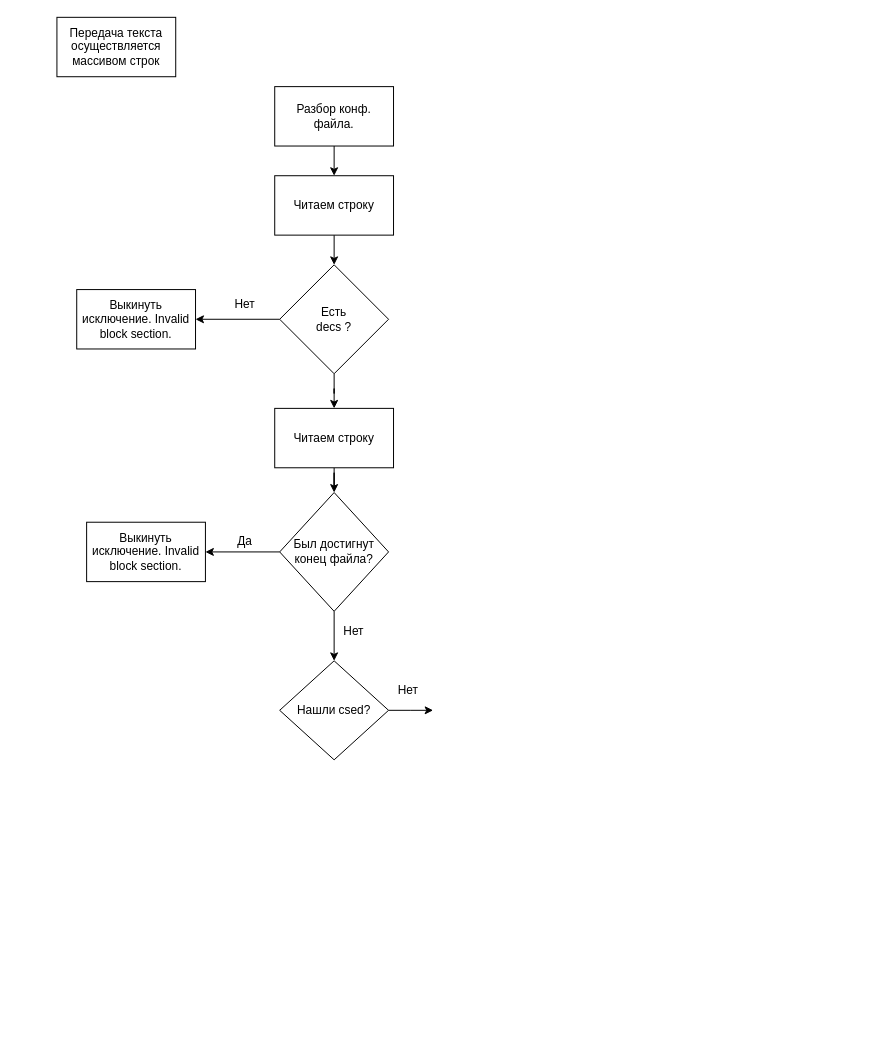
Earlier version of the draw.io diagram OOP/Untitled Diagram.drawio (Diif/NSU). Source tidied: cells renumbered, new cells numbered last; positions are measured from the earlier drawing's top-left corner, leaving out a move shared by most shapes. Both pictures are drawn from the tidied source at 99%, with x=0, y=0 at pixel (56, 17).
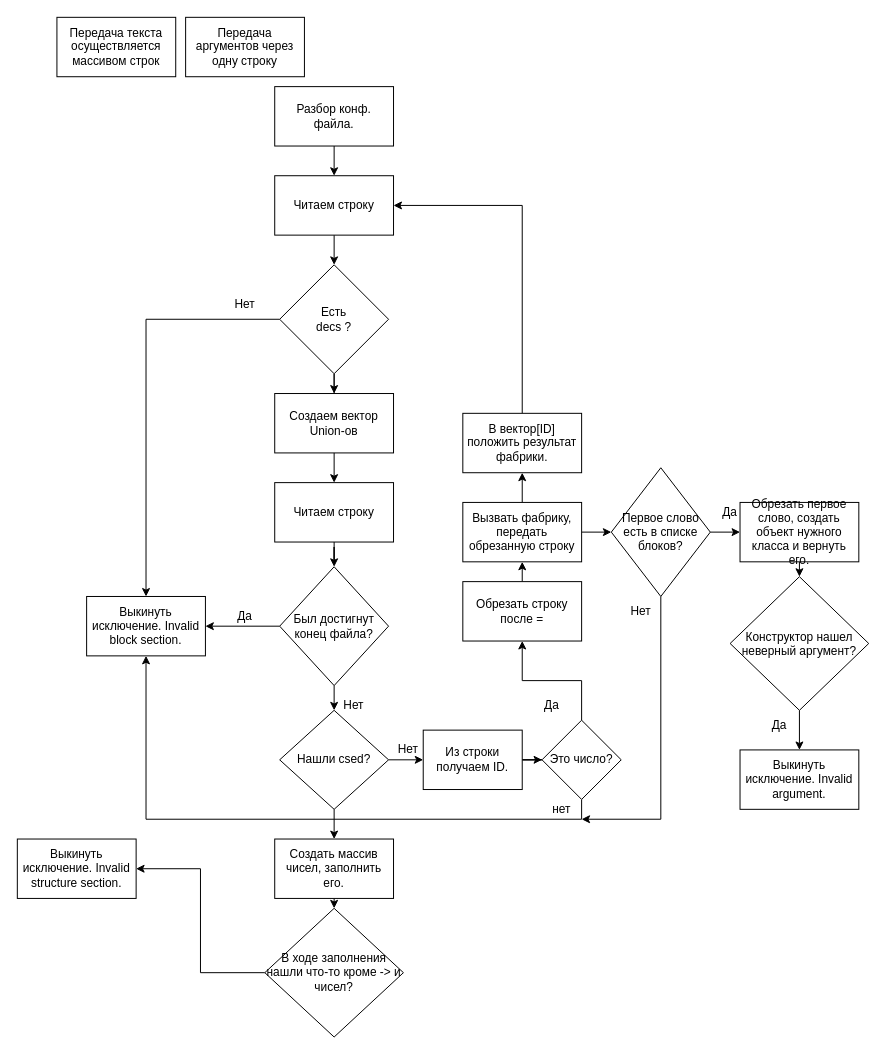
The same diagram, later.

Unchanged cells that the change refers to:
```xml
<mxCell id="6" value="&lt;div&gt;Есть&lt;/div&gt;&lt;div&gt;decs ?&lt;br&gt;&lt;/div&gt;" style="rhombus;whiteSpace=wrap;html=1;" parent="1" vertex="1">
  <mxGeometry x="225" y="250" width="110" height="110" as="geometry" />
</mxCell>
<mxCell id="13" value="Читаем строку" style="rounded=0;whiteSpace=wrap;html=1;" parent="1" vertex="1">
  <mxGeometry x="220" y="160" width="120" height="60" as="geometry" />
</mxCell>
```

Change to the diagram source:
```diff
@@
-    <mxCell id="4" style="edgeStyle=orthogonalEdgeStyle;rounded=0;jettySize=auto;html=1;exitX=0;exitY=0.5;exitDx=0;exitDy=0;entryX=1;entryY=0.5;entryDx=0;entryDy=0;" parent="1" edge="1" source="6" target="7">
+    <mxCell id="4" style="edgeStyle=orthogonalEdgeStyle;rounded=0;jettySize=auto;html=1;exitX=0;exitY=0.5;exitDx=0;exitDy=0;entryX=0.5;entryY=0;entryDx=0;entryDy=0;" parent="1" edge="1" source="6" target="16">
       <mxGeometry relative="1" as="geometry" />
     </mxCell>
@@
+    <mxCell id="23" style="edgeStyle=orthogonalEdgeStyle;rounded=0;jettySize=auto;html=1;exitX=0.5;exitY=1;exitDx=0;exitDy=0;entryX=0.5;entryY=0;entryDx=0;entryDy=0;" parent="1" edge="1" source="6" target="25">
+      <mxGeometry relative="1" as="geometry" />
+    </mxCell>
@@
-    <mxCell id="7" value="Выкинуть исключение. Invalid block section." style="rounded=0;whiteSpace=wrap;html=1;" parent="1" vertex="1">
-      <mxGeometry x="20" y="275" width="120" height="60" as="geometry" />
-    </mxCell>
@@
     <mxCell id="11" value="Был достигнут конец файла?" style="rhombus;whiteSpace=wrap;html=1;" parent="1" vertex="1">
-      <mxGeometry x="225" y="480" width="110" height="120" as="geometry" />
+      <mxGeometry x="225" y="555" width="110" height="120" as="geometry" />
     </mxCell>
@@
     <mxCell id="15" value="Читаем строку" style="rounded=0;whiteSpace=wrap;html=1;" parent="1" vertex="1">
-      <mxGeometry x="220" y="395" width="120" height="60" as="geometry" />
+      <mxGeometry x="220" y="470" width="120" height="60" as="geometry" />
     </mxCell>
     <mxCell id="16" value="Выкинуть исключение. Invalid block section." style="rounded=0;whiteSpace=wrap;html=1;" parent="1" vertex="1">
-      <mxGeometry x="30" y="510" width="120" height="60" as="geometry" />
+      <mxGeometry x="30" y="585" width="120" height="60" as="geometry" />
     </mxCell>
     <mxCell id="17" value="Да" style="text;html=1;strokeColor=none;fillColor=none;align=center;verticalAlign=middle;whiteSpace=wrap;rounded=0;" parent="1" vertex="1">
-      <mxGeometry x="170" y="520" width="40" height="20" as="geometry" />
+      <mxGeometry x="170" y="595" width="40" height="20" as="geometry" />
     </mxCell>
-    <mxCell id="18" style="endArrow=classic;html=1;exitX=0.5;exitY=1;exitDx=0;exitDy=0;entryX=0.5;entryY=0;entryDx=0;entryDy=0;" parent="1" edge="1" source="11">
-      <mxGeometry relative="1" as="geometry">
-        <mxPoint x="280" y="650" as="targetPoint" />
-      </mxGeometry>
+    <mxCell id="18" style="endArrow=classic;html=1;exitX=0.5;exitY=1;exitDx=0;exitDy=0;entryX=0.5;entryY=0;entryDx=0;entryDy=0;" parent="1" edge="1" source="11" target="21">
+      <mxGeometry relative="1" as="geometry" />
     </mxCell>
     <mxCell id="19" value="Нет" style="text;html=1;strokeColor=none;fillColor=none;align=center;verticalAlign=middle;whiteSpace=wrap;rounded=0;" parent="1" vertex="1">
-      <mxGeometry x="280" y="610" width="40" height="20" as="geometry" />
+      <mxGeometry x="280" y="685" width="40" height="20" as="geometry" />
     </mxCell>
-    <mxCell id="20" style="edgeStyle=orthogonalEdgeStyle;rounded=0;jettySize=auto;html=1;exitX=1;exitY=0.5;exitDx=0;exitDy=0;" parent="1" edge="1" source="21">
-      <mxGeometry relative="1" as="geometry">
-        <mxPoint x="380" y="700" as="targetPoint" />
-      </mxGeometry>
+    <mxCell id="20" style="edgeStyle=orthogonalEdgeStyle;rounded=0;jettySize=auto;html=1;exitX=1;exitY=0.5;exitDx=0;exitDy=0;entryX=0;entryY=0.5;entryDx=0;entryDy=0;" parent="1" edge="1" source="21" target="28">
+      <mxGeometry relative="1" as="geometry" />
     </mxCell>
+    <mxCell id="24" style="edgeStyle=orthogonalEdgeStyle;rounded=0;jettySize=auto;html=1;exitX=0.5;exitY=1;exitDx=0;exitDy=0;entryX=0.5;entryY=0;entryDx=0;entryDy=0;" parent="1" edge="1" source="21" target="49">
+      <mxGeometry relative="1" as="geometry" />
+    </mxCell>
     <mxCell id="21" value="Нашли csed?" style="rhombus;whiteSpace=wrap;html=1;" parent="1" vertex="1">
-      <mxGeometry x="225" y="650" width="110" height="100" as="geometry" />
+      <mxGeometry x="225" y="700" width="110" height="100" as="geometry" />
     </mxCell>
     <mxCell id="22" value="Нет" style="text;html=1;strokeColor=none;fillColor=none;align=center;verticalAlign=middle;whiteSpace=wrap;rounded=0;" parent="1" vertex="1">
-      <mxGeometry x="335" y="670" width="40" height="20" as="geometry" />
+      <mxGeometry x="335" y="730" width="40" height="20" as="geometry" />
     </mxCell>
+    <mxCell id="25" value="Создаем вектор Union-ов" style="rounded=0;whiteSpace=wrap;html=1;" parent="1" vertex="1">
+      <mxGeometry x="220" y="380" width="120" height="60" as="geometry" />
+    </mxCell>
+    <mxCell id="26" value="Передача аргументов через одну строку" style="rounded=0;whiteSpace=wrap;html=1;" parent="1" vertex="1">
+      <mxGeometry x="130" width="120" height="60" as="geometry" />
+    </mxCell>
+    <mxCell id="27" style="edgeStyle=orthogonalEdgeStyle;rounded=0;jettySize=auto;html=1;exitX=1;exitY=0.5;exitDx=0;exitDy=0;" parent="1" edge="1" source="28" target="31">
+      <mxGeometry relative="1" as="geometry" />
+    </mxCell>
+    <mxCell id="28" value="Из строки получаем ID." style="rounded=0;whiteSpace=wrap;html=1;" parent="1" vertex="1">
+      <mxGeometry x="370" y="720" width="100" height="60" as="geometry" />
+    </mxCell>
+    <mxCell id="29" style="edgeStyle=orthogonalEdgeStyle;rounded=0;jettySize=auto;html=1;exitX=0.5;exitY=1;exitDx=0;exitDy=0;entryX=0.5;entryY=1;entryDx=0;entryDy=0;" parent="1" edge="1" source="31" target="16">
+      <mxGeometry relative="1" as="geometry" />
+    </mxCell>
+    <mxCell id="30" style="edgeStyle=orthogonalEdgeStyle;rounded=0;jettySize=auto;html=1;exitX=0.5;exitY=0;exitDx=0;exitDy=0;entryX=0.5;entryY=1;entryDx=0;entryDy=0;" parent="1" edge="1" source="31" target="34">
+      <mxGeometry relative="1" as="geometry" />
+    </mxCell>
+    <mxCell id="31" value="Это число?" style="rhombus;whiteSpace=wrap;html=1;" parent="1" vertex="1">
+      <mxGeometry x="490" y="710" width="80" height="80" as="geometry" />
+    </mxCell>
+    <mxCell id="32" value="нет" style="text;html=1;strokeColor=none;fillColor=none;align=center;verticalAlign=middle;whiteSpace=wrap;rounded=0;" parent="1" vertex="1">
+      <mxGeometry x="490" y="790" width="40" height="20" as="geometry" />
+    </mxCell>
+    <mxCell id="33" style="edgeStyle=orthogonalEdgeStyle;rounded=0;jettySize=auto;html=1;exitX=0.5;exitY=0;exitDx=0;exitDy=0;entryX=0.5;entryY=1;entryDx=0;entryDy=0;" parent="1" edge="1" source="34" target="37">
+      <mxGeometry relative="1" as="geometry" />
+    </mxCell>
+    <mxCell id="34" value="Обрезать строку после =" style="rounded=0;whiteSpace=wrap;html=1;" parent="1" vertex="1">
+      <mxGeometry x="410" y="570" width="120" height="60" as="geometry" />
+    </mxCell>
+    <mxCell id="35" style="edgeStyle=orthogonalEdgeStyle;rounded=0;jettySize=auto;html=1;exitX=0.5;exitY=0;exitDx=0;exitDy=0;entryX=0.5;entryY=1;entryDx=0;entryDy=0;" parent="1" edge="1" source="37" target="39">
+      <mxGeometry relative="1" as="geometry" />
+    </mxCell>
+    <mxCell id="36" style="edgeStyle=orthogonalEdgeStyle;rounded=0;jettySize=auto;html=1;exitX=1;exitY=0.5;exitDx=0;exitDy=0;entryX=0;entryY=0.5;entryDx=0;entryDy=0;" parent="1" edge="1" source="37" target="43">
+      <mxGeometry relative="1" as="geometry" />
+    </mxCell>
+    <mxCell id="37" value="Вызвать фабрику, передать обрезанную строку" style="rounded=0;whiteSpace=wrap;html=1;" parent="1" vertex="1">
+      <mxGeometry x="410" y="490" width="120" height="60" as="geometry" />
+    </mxCell>
+    <mxCell id="38" style="edgeStyle=orthogonalEdgeStyle;rounded=0;jettySize=auto;html=1;exitX=0.5;exitY=0;exitDx=0;exitDy=0;entryX=1;entryY=0.5;entryDx=0;entryDy=0;" parent="1" edge="1" source="39" target="13">
+      <mxGeometry relative="1" as="geometry" />
+    </mxCell>
+    <mxCell id="39" value="В вектор[ID] положить результат фабрики." style="rounded=0;whiteSpace=wrap;html=1;" parent="1" vertex="1">
+      <mxGeometry x="410" y="400" width="120" height="60" as="geometry" />
+    </mxCell>
+    <mxCell id="40" value="Да" style="text;html=1;strokeColor=none;fillColor=none;align=center;verticalAlign=middle;whiteSpace=wrap;rounded=0;" parent="1" vertex="1">
+      <mxGeometry x="480" y="685" width="40" height="20" as="geometry" />
+    </mxCell>
+    <mxCell id="41" style="edgeStyle=orthogonalEdgeStyle;rounded=0;jettySize=auto;html=1;exitX=0.5;exitY=1;exitDx=0;exitDy=0;entryX=1;entryY=1;entryDx=0;entryDy=0;" parent="1" edge="1" source="43" target="32">
+      <mxGeometry relative="1" as="geometry">
+        <Array as="points">
+          <mxPoint x="610" y="810" />
+        </Array>
+      </mxGeometry>
+    </mxCell>
+    <mxCell id="42" style="edgeStyle=orthogonalEdgeStyle;rounded=0;jettySize=auto;html=1;exitX=1;exitY=0.5;exitDx=0;exitDy=0;entryX=0;entryY=0.5;entryDx=0;entryDy=0;" parent="1" edge="1" source="43" target="46">
+      <mxGeometry relative="1" as="geometry" />
+    </mxCell>
+    <mxCell id="43" value="Первое слово есть в списке блоков?" style="rhombus;whiteSpace=wrap;html=1;" parent="1" vertex="1">
+      <mxGeometry x="560" y="455" width="100" height="130" as="geometry" />
+    </mxCell>
+    <mxCell id="44" value="Нет" style="text;html=1;strokeColor=none;fillColor=none;align=center;verticalAlign=middle;whiteSpace=wrap;rounded=0;" parent="1" vertex="1">
+      <mxGeometry x="570" y="590" width="40" height="20" as="geometry" />
+    </mxCell>
+    <mxCell id="45" style="edgeStyle=orthogonalEdgeStyle;rounded=0;jettySize=auto;html=1;exitX=0.5;exitY=1;exitDx=0;exitDy=0;entryX=0.5;entryY=0;entryDx=0;entryDy=0;" parent="1" edge="1" source="46" target="51">
+      <mxGeometry relative="1" as="geometry" />
+    </mxCell>
+    <mxCell id="46" value="Обрезать первое слово, создать объект нужного класса и вернуть его." style="rounded=0;whiteSpace=wrap;html=1;" parent="1" vertex="1">
+      <mxGeometry x="690" y="490" width="120" height="60" as="geometry" />
+    </mxCell>
+    <mxCell id="47" value="Да" style="text;html=1;strokeColor=none;fillColor=none;align=center;verticalAlign=middle;whiteSpace=wrap;rounded=0;" parent="1" vertex="1">
+      <mxGeometry x="660" y="490" width="40" height="20" as="geometry" />
+    </mxCell>
+    <mxCell id="48" style="edgeStyle=orthogonalEdgeStyle;rounded=0;jettySize=auto;html=1;exitX=0.5;exitY=1;exitDx=0;exitDy=0;entryX=0.5;entryY=0;entryDx=0;entryDy=0;" parent="1" edge="1" source="49" target="56">
+      <mxGeometry relative="1" as="geometry" />
+    </mxCell>
+    <mxCell id="49" value="Создать массив чисел, заполнить его." style="rounded=0;whiteSpace=wrap;html=1;" parent="1" vertex="1">
+      <mxGeometry x="220" y="830" width="120" height="60" as="geometry" />
+    </mxCell>
+    <mxCell id="50" style="edgeStyle=orthogonalEdgeStyle;rounded=0;jettySize=auto;html=1;exitX=0.5;exitY=1;exitDx=0;exitDy=0;entryX=0.5;entryY=0;entryDx=0;entryDy=0;" parent="1" edge="1" source="51" target="53">
+      <mxGeometry relative="1" as="geometry" />
+    </mxCell>
+    <mxCell id="51" value="Конструктор нашел неверный аргумент?" style="rhombus;whiteSpace=wrap;html=1;" parent="1" vertex="1">
+      <mxGeometry x="680" y="565" width="140" height="135" as="geometry" />
+    </mxCell>
+    <mxCell id="52" value="Да" style="text;html=1;strokeColor=none;fillColor=none;align=center;verticalAlign=middle;whiteSpace=wrap;rounded=0;" parent="1" vertex="1">
+      <mxGeometry x="710" y="705" width="40" height="20" as="geometry" />
+    </mxCell>
+    <mxCell id="53" value="Выкинуть исключение. Invalid argument." style="rounded=0;whiteSpace=wrap;html=1;" parent="1" vertex="1">
+      <mxGeometry x="690" y="740" width="120" height="60" as="geometry" />
+    </mxCell>
+    <mxCell id="54" value="Выкинуть исключение. Invalid structure section." style="rounded=0;whiteSpace=wrap;html=1;" parent="1" vertex="1">
+      <mxGeometry x="-40" y="830" width="120" height="60" as="geometry" />
+    </mxCell>
+    <mxCell id="55" style="edgeStyle=orthogonalEdgeStyle;rounded=0;jettySize=auto;html=1;exitX=0;exitY=0.5;exitDx=0;exitDy=0;entryX=1;entryY=0.5;entryDx=0;entryDy=0;" parent="1" edge="1" source="56" target="54">
+      <mxGeometry relative="1" as="geometry" />
+    </mxCell>
+    <mxCell id="56" value="В ходе заполнения нашли что-то кроме -&amp;gt; и чисел?" style="rhombus;whiteSpace=wrap;html=1;" parent="1" vertex="1">
+      <mxGeometry x="210" y="900" width="140" height="130" as="geometry" />
+    </mxCell>
```
